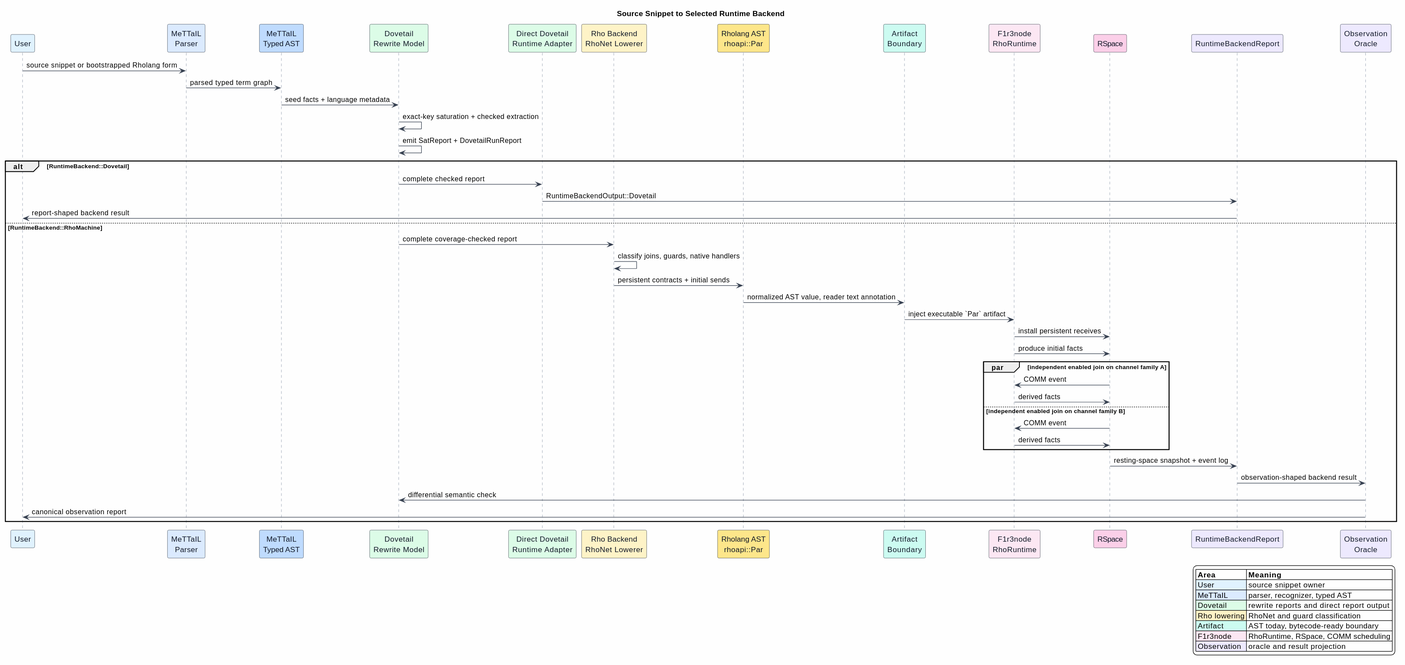
This is docs/architecture/rho-native-integration/figures/02-end-to-end-architecture.svg from F1R3FLY-io/mettail-rust, a PlantUML export, as it was before one commit.
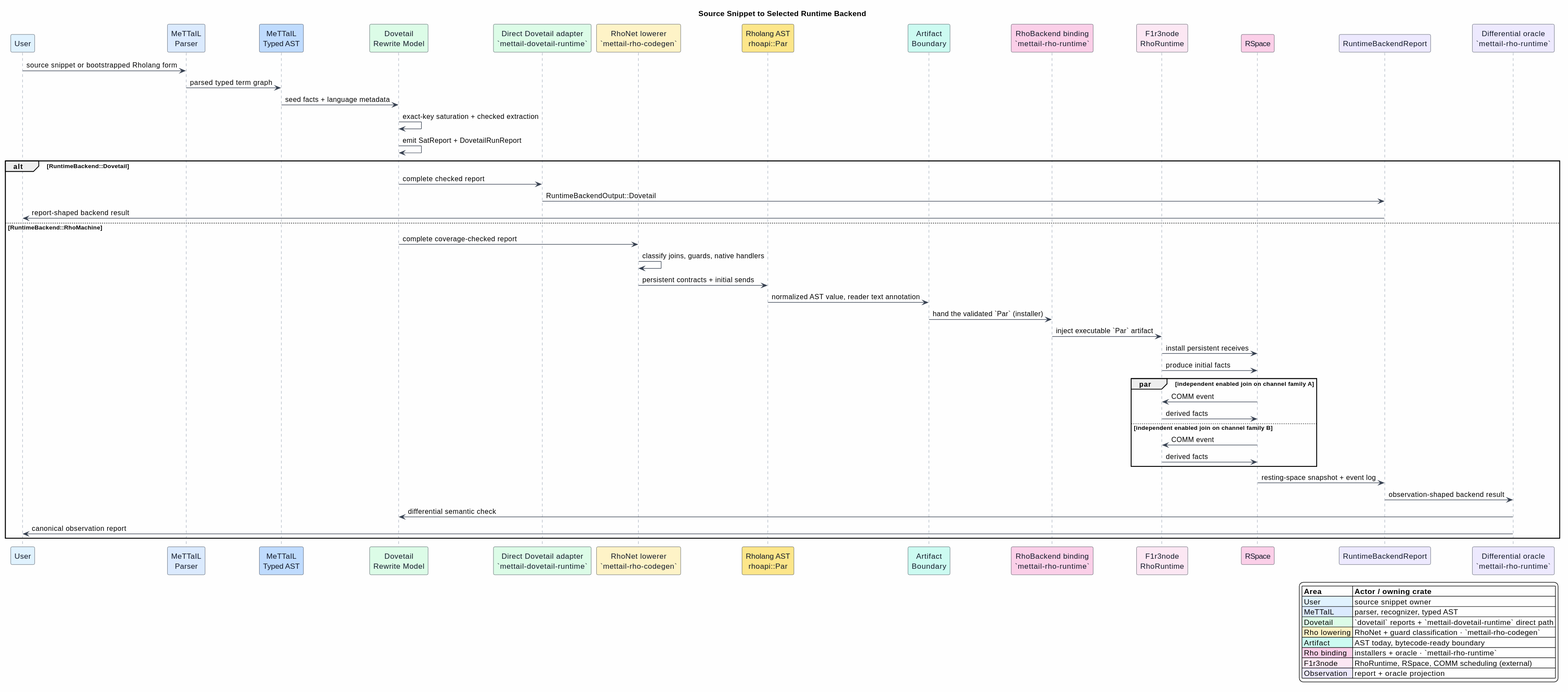
Above is the later version.

Commit message:
Refine diagram actors: name owning crates, fix misattributions (DOC-6)

What changed in the source:
```diff
@@ -15,14 +15,15 @@
 participant "MeTTaIL\nParser" as Parser #DBEAFE
 participant "MeTTaIL\nTyped AST" as AST #BFDBFE
 participant "Dovetail\nRewrite Model" as Dovetail #DCFCE7
-participant "Direct Dovetail\nRuntime Adapter" as DirectDovetail #DCFCE7
-participant "Rho Backend\nRhoNet Lowerer" as Lowerer #FEF3C7
+participant "Direct Dovetail adapter\n`mettail-dovetail-runtime`" as DirectDovetail #DCFCE7
+participant "RhoNet lowerer\n`mettail-rho-codegen`" as Lowerer #FEF3C7
 participant "Rholang AST\nrhoapi::Par" as Rholang #FDE68A
 participant "Artifact\nBoundary" as Artifact #CCFBF1
+participant "RhoBackend binding\n`mettail-rho-runtime`" as Binding #FBCFE8
 participant "F1r3node\nRhoRuntime" as Runtime #FCE7F3
 participant "RSpace" as RSpace #FBCFE8
 participant "RuntimeBackendReport" as RuntimeReport #EDE9FE
-participant "Observation\nOracle" as Oracle #EDE9FE
+participant "Differential oracle\n`mettail-rho-runtime`" as Oracle #EDE9FE
 
 User -> Parser : source snippet or bootstrapped Rholang form
 Parser -> AST : parsed typed term graph
@@ -39,7 +40,8 @@
   Lowerer -> Lowerer : classify joins, guards, native handlers
   Lowerer -> Rholang : persistent contracts + initial sends
   Rholang -> Artifact : normalized AST value, reader text annotation
-  Artifact -> Runtime : inject executable `Par` artifact
+  Artifact -> Binding : hand the validated `Par` (installer)
+  Binding -> Runtime : inject executable `Par` artifact
   Runtime -> RSpace : install persistent receives
   Runtime -> RSpace : produce initial facts
   par independent enabled join on channel family A
@@ -56,13 +58,14 @@
 end
 
 legend right
-|= Area |= Meaning |
+|= Area |= Actor / owning crate |
 |<#E0F2FE> User | source snippet owner |
 |<#DBEAFE> MeTTaIL | parser, recognizer, typed AST |
-|<#DCFCE7> Dovetail | rewrite reports and direct report output |
-|<#FEF3C7> Rho lowering | RhoNet and guard classification |
+|<#DCFCE7> Dovetail | `dovetail` reports + `mettail-dovetail-runtime` direct path |
+|<#FEF3C7> Rho lowering | RhoNet + guard classification · `mettail-rho-codegen` |
 |<#CCFBF1> Artifact | AST today, bytecode-ready boundary |
-|<#FCE7F3> F1r3node | RhoRuntime, RSpace, COMM scheduling |
-|<#EDE9FE> Observation | oracle and result projection |
+|<#FBCFE8> Rho binding | installers + oracle · `mettail-rho-runtime` |
+|<#FCE7F3> F1r3node | RhoRuntime, RSpace, COMM scheduling (external) |
+|<#EDE9FE> Observation | report + oracle projection |
 endlegend
 @enduml
```
